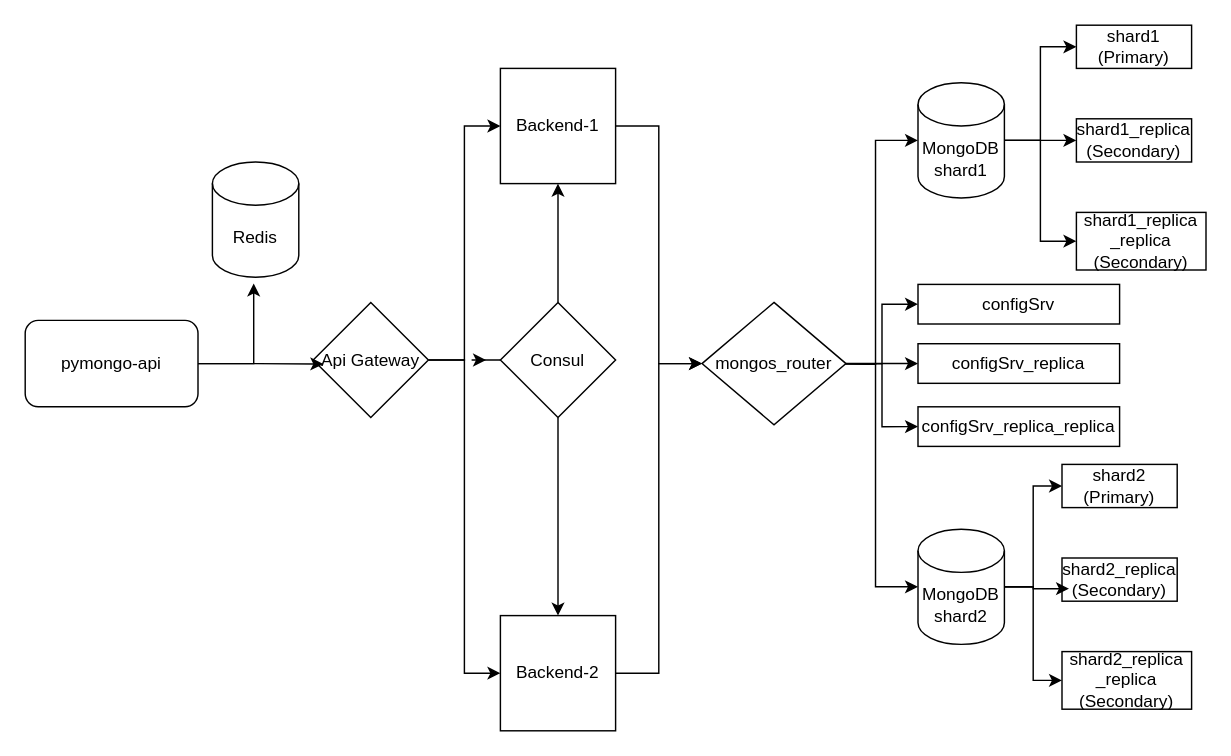
Earlier version of the draw.io diagram task5_shard_repl_cache_disk.drawio (Apelsins/architecture-sprint-2). Source tidied: cells renumbered, new cells numbered last; positions are measured from the earlier drawing's top-left corner, leaving out a move shared by most shapes. Both pictures are drawn from the tidied source at 144%, with x=0, y=0 at pixel (24, 24).
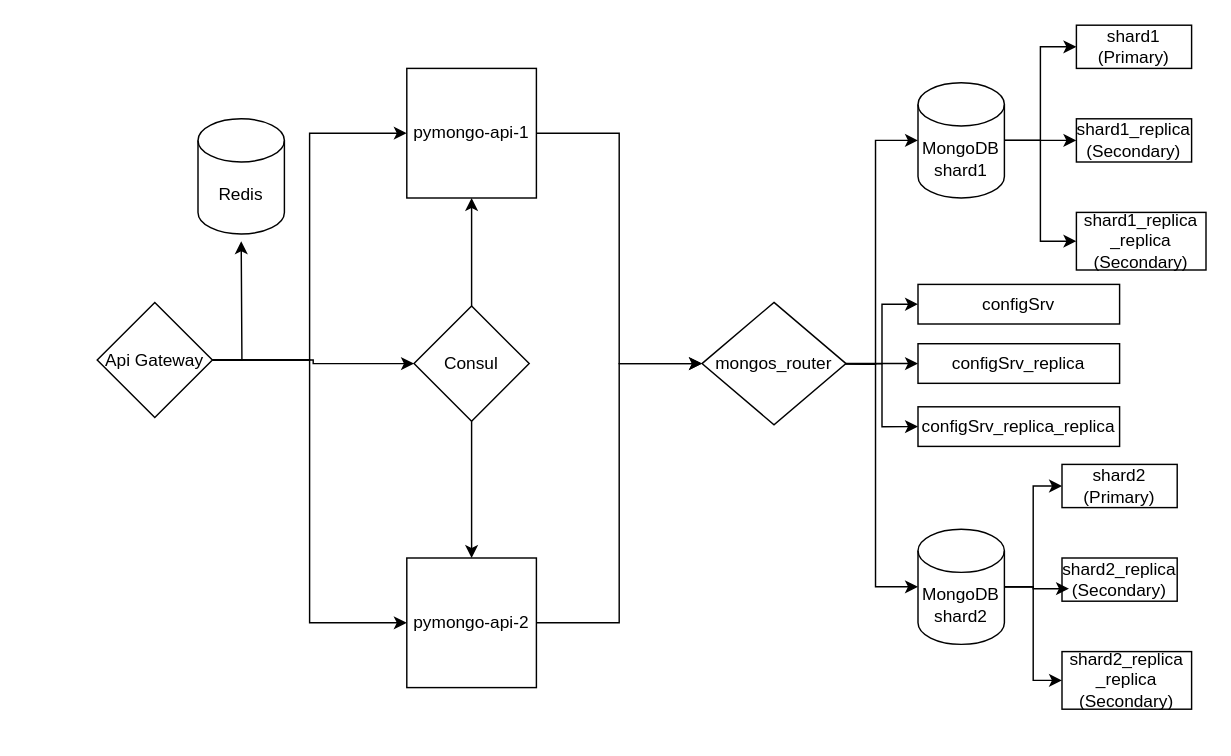
After the change.

What changed in the source:
```diff
@@
-    <mxCell id="6" value="pymongo-api" style="rounded=1;whiteSpace=wrap;html=1;" parent="1" vertex="1">
-      <mxGeometry y="205" width="120" height="60" as="geometry" />
-    </mxCell>
@@
-    <mxCell id="26" value="Redis" style="shape=cylinder3;whiteSpace=wrap;html=1;boundedLbl=1;backgroundOutline=1;size=15;" parent="1" vertex="1">
-      <mxGeometry x="130" y="95" width="60" height="80" as="geometry" />
-    </mxCell>
-    <mxCell id="27" style="edgeStyle=orthogonalEdgeStyle;rounded=0;jettySize=auto;html=1;entryX=0.478;entryY=1.054;entryDx=0;entryDy=0;entryPerimeter=0;" parent="1" edge="1" source="6" target="26">
-      <mxGeometry relative="1" as="geometry" />
-    </mxCell>
@@
+    <mxCell id="40" style="edgeStyle=orthogonalEdgeStyle;rounded=0;jettySize=auto;html=1;entryX=0;entryY=0.5;entryDx=0;entryDy=0;" parent="1" edge="1" source="30" target="34">
+      <mxGeometry relative="1" as="geometry" />
+    </mxCell>
+    <mxCell id="41" style="edgeStyle=orthogonalEdgeStyle;rounded=0;jettySize=auto;html=1;" parent="1" edge="1" source="30">
+      <mxGeometry relative="1" as="geometry">
+        <mxPoint x="150" y="150" as="targetPoint" />
+      </mxGeometry>
+    </mxCell>
     <mxCell id="30" value="Api Gateway" style="rhombus;whiteSpace=wrap;html=1;" parent="1" vertex="1">
-      <mxGeometry x="200" y="192.5" width="80" height="80" as="geometry" />
+      <mxGeometry x="50" y="192.5" width="80" height="80" as="geometry" />
     </mxCell>
@@
-    <mxCell id="32" style="edgeStyle=orthogonalEdgeStyle;rounded=0;jettySize=auto;html=1;" parent="1" edge="1" source="34">
-      <mxGeometry relative="1" as="geometry">
-        <mxPoint x="320" y="232.5" as="targetPoint" />
-      </mxGeometry>
-    </mxCell>
@@
     <mxCell id="34" value="Consul" style="rhombus;whiteSpace=wrap;html=1;" parent="1" vertex="1">
-      <mxGeometry x="330" y="192.5" width="80" height="80" as="geometry" />
+      <mxGeometry x="270" y="195" width="80" height="80" as="geometry" />
     </mxCell>
-    <mxCell id="35" style="edgeStyle=orthogonalEdgeStyle;rounded=0;jettySize=auto;html=1;entryX=0.088;entryY=0.535;entryDx=0;entryDy=0;entryPerimeter=0;" parent="1" edge="1" source="6" target="30">
-      <mxGeometry relative="1" as="geometry" />
-    </mxCell>
@@
-    <mxCell id="37" value="Backend-1" style="whiteSpace=wrap;html=1;" parent="1" vertex="1">
-      <mxGeometry x="330" y="30" width="80" height="80" as="geometry" />
+    <mxCell id="37" value="pymongo-api-1" style="whiteSpace=wrap;html=1;" parent="1" vertex="1">
+      <mxGeometry x="265" y="30" width="90" height="90" as="geometry" />
     </mxCell>
@@
-    <mxCell id="39" value="Backend-2" style="whiteSpace=wrap;html=1;" parent="1" vertex="1">
-      <mxGeometry x="330" y="410" width="80" height="80" as="geometry" />
+    <mxCell id="39" value="pymongo-api-2" style="whiteSpace=wrap;html=1;" parent="1" vertex="1">
+      <mxGeometry x="265" y="370" width="90" height="90" as="geometry" />
     </mxCell>
+    <mxCell id="26" value="Redis" style="shape=cylinder3;whiteSpace=wrap;html=1;boundedLbl=1;backgroundOutline=1;size=15;" parent="1" vertex="1">
+      <mxGeometry x="120" y="65" width="60" height="80" as="geometry" />
+    </mxCell>
```
